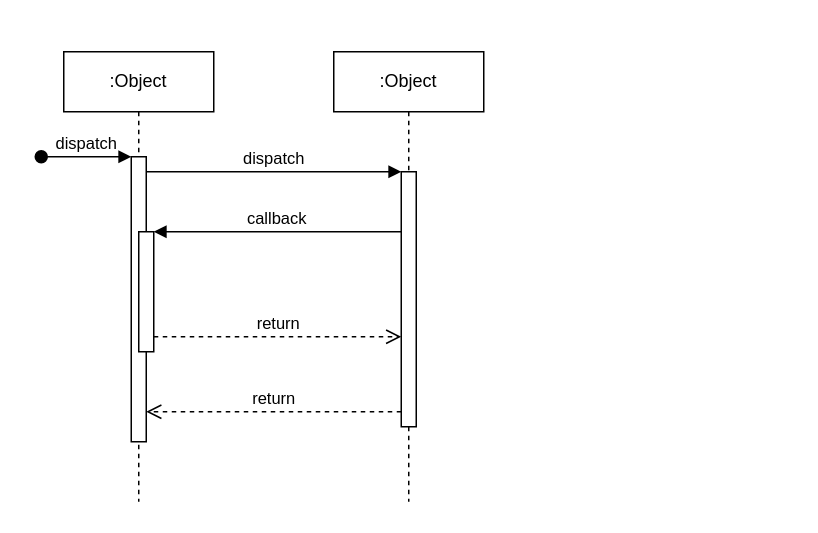
This is drawings/Untitled Diagram.drawio from bobbestben/draw.io, a draw.io file, before an edit. Source tidied: cells renumbered, new cells numbered last; positions are measured from the earlier drawing's top-left corner, leaving out a move shared by most shapes. Both pictures are drawn from the tidied source at 150%, with x=0, y=0 at pixel (40, 51).
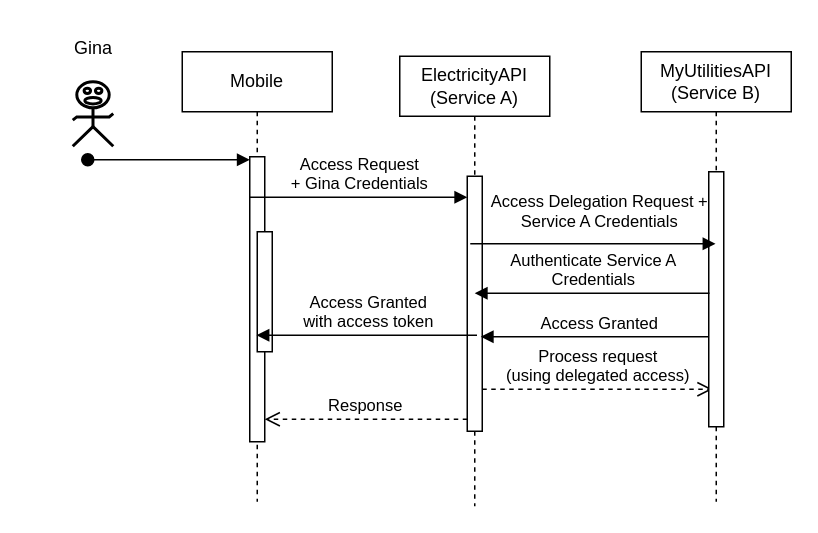
After the change.

Commit message:
Chained Access Delegation

Unchanged cells that the change refers to:
```xml
<mxCell id="3" style="html=1;points=[];perimeter=orthogonalPerimeter;outlineConnect=0;targetShapes=umlLifeline;portConstraint=eastwest;newEdgeStyle={&quot;edgeStyle&quot;:&quot;elbowEdgeStyle&quot;,&quot;elbow&quot;:&quot;vertical&quot;,&quot;curved&quot;:0,&quot;rounded&quot;:0};" parent="2" vertex="1">
  <mxGeometry x="45" y="70" width="10" height="190" as="geometry" />
</mxCell>
<mxCell id="5" style="html=1;points=[];perimeter=orthogonalPerimeter;outlineConnect=0;targetShapes=umlLifeline;portConstraint=eastwest;newEdgeStyle={&quot;edgeStyle&quot;:&quot;elbowEdgeStyle&quot;,&quot;elbow&quot;:&quot;vertical&quot;,&quot;curved&quot;:0,&quot;rounded&quot;:0};" parent="2" vertex="1">
  <mxGeometry x="50" y="120" width="10" height="80" as="geometry" />
</mxCell>
<mxCell id="7" style="html=1;points=[];perimeter=orthogonalPerimeter;outlineConnect=0;targetShapes=umlLifeline;portConstraint=eastwest;newEdgeStyle={&quot;edgeStyle&quot;:&quot;elbowEdgeStyle&quot;,&quot;elbow&quot;:&quot;vertical&quot;,&quot;curved&quot;:0,&quot;rounded&quot;:0};" parent="6" vertex="1">
  <mxGeometry x="45" y="80" width="10" height="170" as="geometry" />
</mxCell>
```

What changed in the source:
```diff
@@
-    <mxCell id="2" value=":Object" style="shape=umlLifeline;perimeter=lifelinePerimeter;whiteSpace=wrap;html=1;outlineConnect=0;portConstraint=eastwest;newEdgeStyle={&quot;edgeStyle&quot;:&quot;elbowEdgeStyle&quot;,&quot;elbow&quot;:&quot;vertical&quot;,&quot;curved&quot;:0,&quot;rounded&quot;:0};" parent="1" vertex="1">
-      <mxGeometry x="15" width="100" height="300" as="geometry" />
+    <mxCell id="2" value="Mobile" style="shape=umlLifeline;perimeter=lifelinePerimeter;whiteSpace=wrap;html=1;outlineConnect=0;portConstraint=eastwest;newEdgeStyle={&quot;edgeStyle&quot;:&quot;elbowEdgeStyle&quot;,&quot;elbow&quot;:&quot;vertical&quot;,&quot;curved&quot;:0,&quot;rounded&quot;:0};" parent="1" vertex="1">
+      <mxGeometry x="94" width="100" height="300" as="geometry" />
     </mxCell>
@@
-    <mxCell id="4" value="dispatch" style="html=1;verticalAlign=bottom;startArrow=oval;endArrow=block;startSize=8;edgeStyle=elbowEdgeStyle;elbow=vertical;curved=0;rounded=0;" parent="2" edge="1" target="3">
+    <mxCell id="4" style="html=1;verticalAlign=bottom;startArrow=oval;endArrow=block;startSize=8;edgeStyle=elbowEdgeStyle;elbow=vertical;curved=0;rounded=0;" parent="2" edge="1" target="3">
       <mxGeometry relative="1" as="geometry">
-        <mxPoint x="-15" y="70" as="sourcePoint" />
+        <mxPoint x="-63" y="72" as="sourcePoint" />
       </mxGeometry>
     </mxCell>
@@
-    <mxCell id="6" value=":Object" style="shape=umlLifeline;perimeter=lifelinePerimeter;whiteSpace=wrap;html=1;newEdgeStyle={&quot;edgeStyle&quot;:&quot;elbowEdgeStyle&quot;,&quot;elbow&quot;:&quot;vertical&quot;,&quot;curved&quot;:0,&quot;rounded&quot;:0};" parent="1" vertex="1">
-      <mxGeometry x="195" width="100" height="300" as="geometry" />
+    <mxCell id="6" value="ElectricityAPI&lt;br&gt;(Service A)" style="shape=umlLifeline;perimeter=lifelinePerimeter;whiteSpace=wrap;html=1;newEdgeStyle={&quot;edgeStyle&quot;:&quot;elbowEdgeStyle&quot;,&quot;elbow&quot;:&quot;vertical&quot;,&quot;curved&quot;:0,&quot;rounded&quot;:0};" parent="1" vertex="1">
+      <mxGeometry x="239" y="3" width="100" height="300" as="geometry" />
     </mxCell>
@@
-    <mxCell id="8" value="dispatch" style="html=1;verticalAlign=bottom;endArrow=block;edgeStyle=elbowEdgeStyle;elbow=vertical;curved=0;rounded=0;" parent="1" edge="1" source="3" target="7">
+    <mxCell id="8" value="Access Request &lt;br&gt;+ Gina Credentials" style="html=1;verticalAlign=bottom;endArrow=block;edgeStyle=elbowEdgeStyle;elbow=vertical;curved=0;rounded=0;" parent="1" edge="1" target="7">
       <mxGeometry relative="1" as="geometry">
+        <mxPoint x="139" y="97" as="sourcePoint" />
         <Array as="points">
-          <mxPoint x="155" y="80" />
+          <mxPoint x="145" y="97" />
         </Array>
       </mxGeometry>
     </mxCell>
-    <mxCell id="9" value="return" style="html=1;verticalAlign=bottom;endArrow=open;dashed=1;endSize=8;edgeStyle=elbowEdgeStyle;elbow=vertical;curved=0;rounded=0;" parent="1" edge="1" source="7" target="3">
+    <mxCell id="9" value="Response" style="html=1;verticalAlign=bottom;endArrow=open;dashed=1;endSize=8;edgeStyle=elbowEdgeStyle;elbow=vertical;curved=0;rounded=0;" parent="1" edge="1">
       <mxGeometry relative="1" as="geometry">
+        <mxPoint x="284" y="245" as="sourcePoint" />
+        <mxPoint x="149" y="245" as="targetPoint" />
         <Array as="points">
-          <mxPoint x="165" y="240" />
+          <mxPoint x="165" y="245" />
         </Array>
       </mxGeometry>
     </mxCell>
-    <mxCell id="10" value="callback" style="html=1;verticalAlign=bottom;endArrow=block;edgeStyle=elbowEdgeStyle;elbow=vertical;curved=0;rounded=0;" parent="1" edge="1" source="7" target="5">
+    <mxCell id="10" value="Access Granted" style="html=1;verticalAlign=bottom;endArrow=block;edgeStyle=elbowEdgeStyle;elbow=vertical;curved=0;rounded=0;" parent="1" edge="1">
       <mxGeometry relative="1" as="geometry">
+        <mxPoint x="449.5" y="190" as="sourcePoint" />
+        <mxPoint x="293" y="190" as="targetPoint" />
         <Array as="points">
-          <mxPoint x="165" y="120" />
+          <mxPoint x="304" y="190" />
         </Array>
       </mxGeometry>
     </mxCell>
-    <mxCell id="11" value="return" style="html=1;verticalAlign=bottom;endArrow=open;dashed=1;endSize=8;edgeStyle=elbowEdgeStyle;elbow=vertical;curved=0;rounded=0;" parent="1" edge="1" source="5" target="7">
+    <mxCell id="11" value="Process request&lt;br&gt;(using delegated access)" style="html=1;verticalAlign=bottom;endArrow=open;dashed=1;endSize=8;edgeStyle=elbowEdgeStyle;elbow=vertical;curved=0;rounded=0;" parent="1" edge="1">
       <mxGeometry relative="1" as="geometry">
+        <mxPoint x="294" y="225" as="sourcePoint" />
+        <mxPoint x="447.5" y="225" as="targetPoint" />
         <Array as="points">
-          <mxPoint x="155" y="190" />
+          <mxPoint x="295" y="225" />
         </Array>
       </mxGeometry>
     </mxCell>
+    <mxCell id="12" value="MyUtilitiesAPI&lt;br&gt;(Service B)" style="shape=umlLifeline;perimeter=lifelinePerimeter;whiteSpace=wrap;html=1;outlineConnect=0;portConstraint=eastwest;newEdgeStyle={&quot;edgeStyle&quot;:&quot;elbowEdgeStyle&quot;,&quot;elbow&quot;:&quot;vertical&quot;,&quot;curved&quot;:0,&quot;rounded&quot;:0};" parent="1" vertex="1">
+      <mxGeometry x="400" width="100" height="300" as="geometry" />
+    </mxCell>
+    <mxCell id="13" style="html=1;perimeter=orthogonalPerimeter;targetShapes=umlLifeline;newEdgeStyle={&quot;edgeStyle&quot;:&quot;elbowEdgeStyle&quot;,&quot;elbow&quot;:&quot;vertical&quot;,&quot;curved&quot;:0,&quot;rounded&quot;:0};" parent="12" vertex="1">
+      <mxGeometry x="45" y="80" width="10" height="170" as="geometry" />
+    </mxCell>
+    <mxCell id="14" value="Access Delegation Request +&lt;br&gt;Service A Credentials" style="html=1;verticalAlign=bottom;endArrow=block;edgeStyle=elbowEdgeStyle;elbow=vertical;curved=0;rounded=0;" parent="1" edge="1" target="12">
+      <mxGeometry x="0.05" y="6" relative="1" as="geometry">
+        <mxPoint x="286" y="128" as="sourcePoint" />
+        <Array as="points">
+          <mxPoint x="292" y="128" />
+        </Array>
+      </mxGeometry>
+    </mxCell>
+    <mxCell id="15" value="Authenticate Service A &lt;br&gt;Credentials" style="html=1;verticalAlign=bottom;endArrow=block;edgeStyle=elbowEdgeStyle;elbow=horizontal;curved=0;rounded=0;" parent="1" edge="1">
+      <mxGeometry relative="1" as="geometry">
+        <mxPoint x="445.5" y="161" as="sourcePoint" />
+        <mxPoint x="289" y="161" as="targetPoint" />
+        <Array as="points">
+          <mxPoint x="326.5" y="161" />
+        </Array>
+      </mxGeometry>
+    </mxCell>
+    <mxCell id="16" style="verticalLabelPosition=bottom;html=1;verticalAlign=top;strokeWidth=2;shape=mxgraph.lean_mapping.verbal;" parent="1" vertex="1">
+      <mxGeometry x="21" y="20" width="27" height="43" as="geometry" />
+    </mxCell>
+    <mxCell id="17" value="Gina" style="text;strokeColor=none;align=center;fillColor=none;html=1;verticalAlign=middle;whiteSpace=wrap;rounded=0;" parent="1" vertex="1">
+      <mxGeometry x="4.5" y="-17" width="60" height="30" as="geometry" />
+    </mxCell>
+    <mxCell id="18" value="Access Granted &lt;br&gt;with access token" style="html=1;verticalAlign=bottom;endArrow=block;edgeStyle=elbowEdgeStyle;elbow=vertical;curved=0;rounded=0;" parent="1" edge="1" target="2">
+      <mxGeometry x="-0.01" relative="1" as="geometry">
+        <mxPoint x="290.5" y="189" as="sourcePoint" />
+      </mxGeometry>
+    </mxCell>
```
